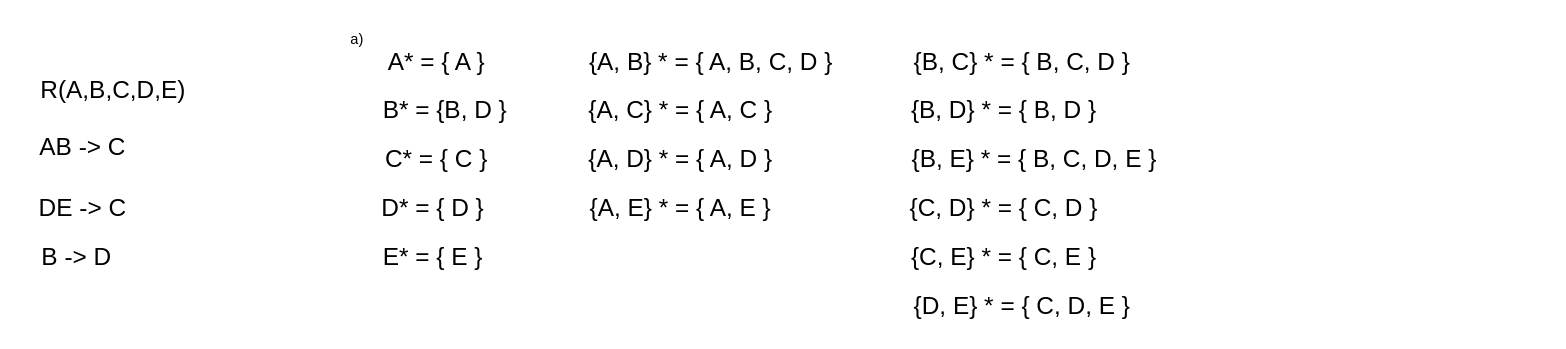
brito-bernardo/database-modeling keeps this draw.io diagram as relationalmodel_2.drawio. Above is the earlier version. Source tidied: cells renumbered, new cells numbered last; positions are measured from the earlier drawing's top-left corner, leaving out a move shared by most shapes. Both pictures are drawn from the tidied source at 122%, with x=0, y=0 at pixel (21, 21).
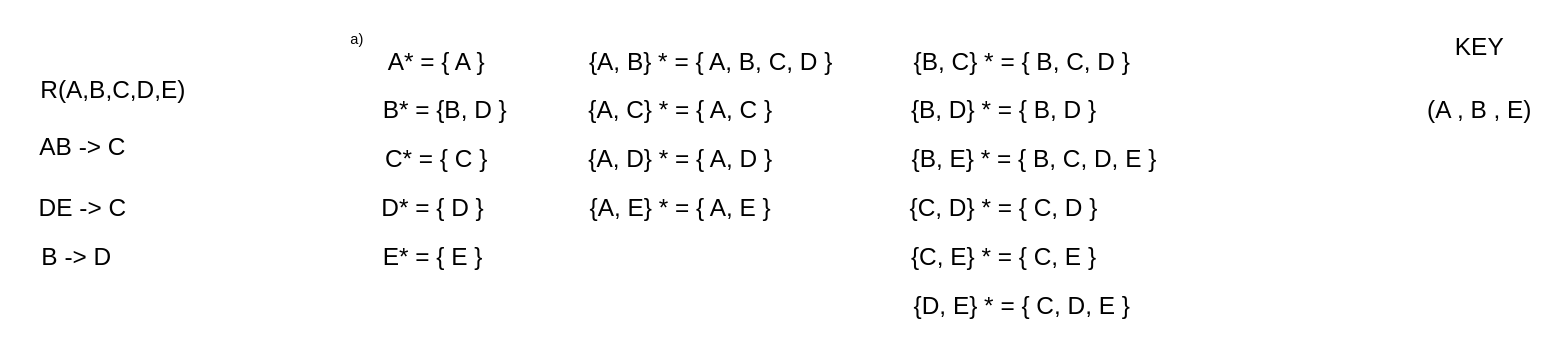
The same diagram, later.

The edit, as a diff of the source:
```diff
@@
+    <mxCell id="22" value="KEY" style="text;html=1;align=center;verticalAlign=middle;strokeColor=none;fillColor=none;fontSize=20;" parent="1" vertex="1">
+      <mxGeometry x="1165" width="60" height="40" as="geometry" />
+    </mxCell>
+    <mxCell id="23" value="(A , B , E)" style="text;html=1;align=center;verticalAlign=middle;strokeColor=none;fillColor=none;fontSize=20;" parent="1" vertex="1">
+      <mxGeometry x="1140" y="52" width="110" height="40" as="geometry" />
+    </mxCell>
```
